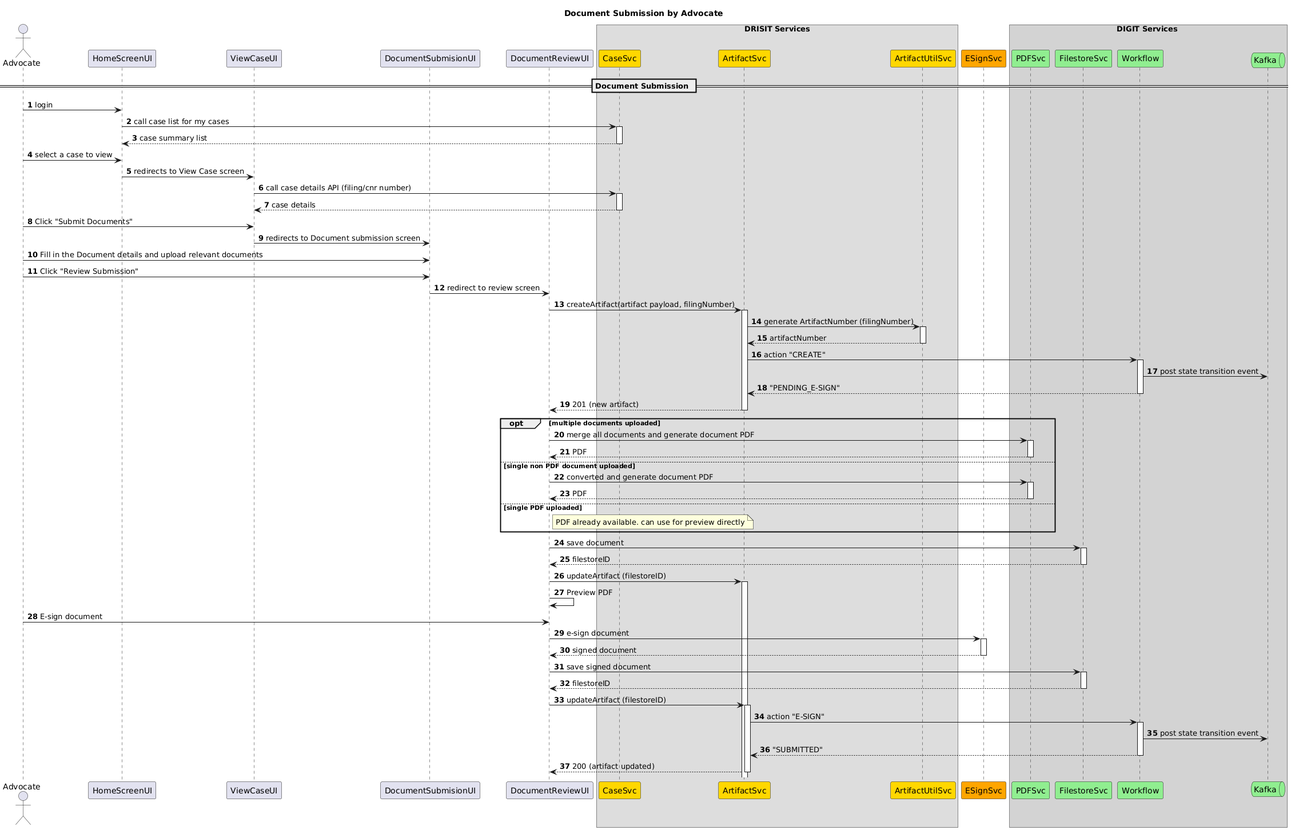
Before: docs/UI_Sequence_Diagrams/DocumentSubmission/Diagrams/Advocate_Document_Submission.png, a diagram exported from PlantUML (pucardotorg/dristi-solutions).
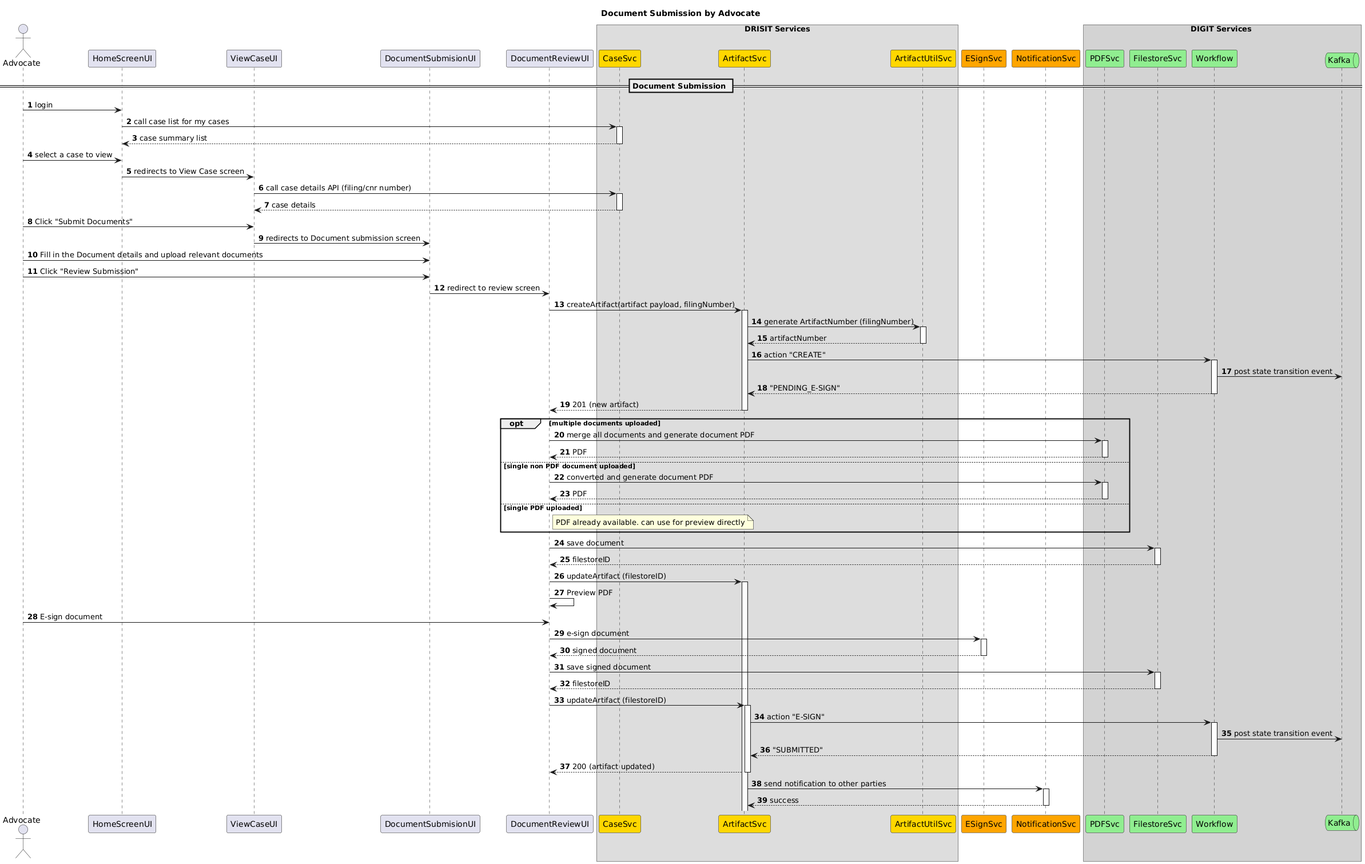
The same diagram one commit later.

Commit message:
resolved conflict

Diff of the diagram source:
```diff
@@ -11,7 +11,6 @@
 participant DocumentSubmisionUI as DU
 participant DocumentReviewUI as DRU
 
-
 box DRISIT Services
 participant CaseSvc as CS #gold
 participant ArtifactSvc as ARS #gold
@@ -19,6 +18,7 @@
 end box
 
 participant ESignSvc as ES #orange
+participant NotificationSvc as NS #orange
 
 box DIGIT Services #lightgray
 participant PDFSvc as PS #lightgreen
@@ -70,4 +70,6 @@
 W->K: post state transition event
 return "SUBMITTED"
 return 200 (artifact updated)
-@enduml
+ARS->NS++: send notification to other parties
+return success
+@endum
```
